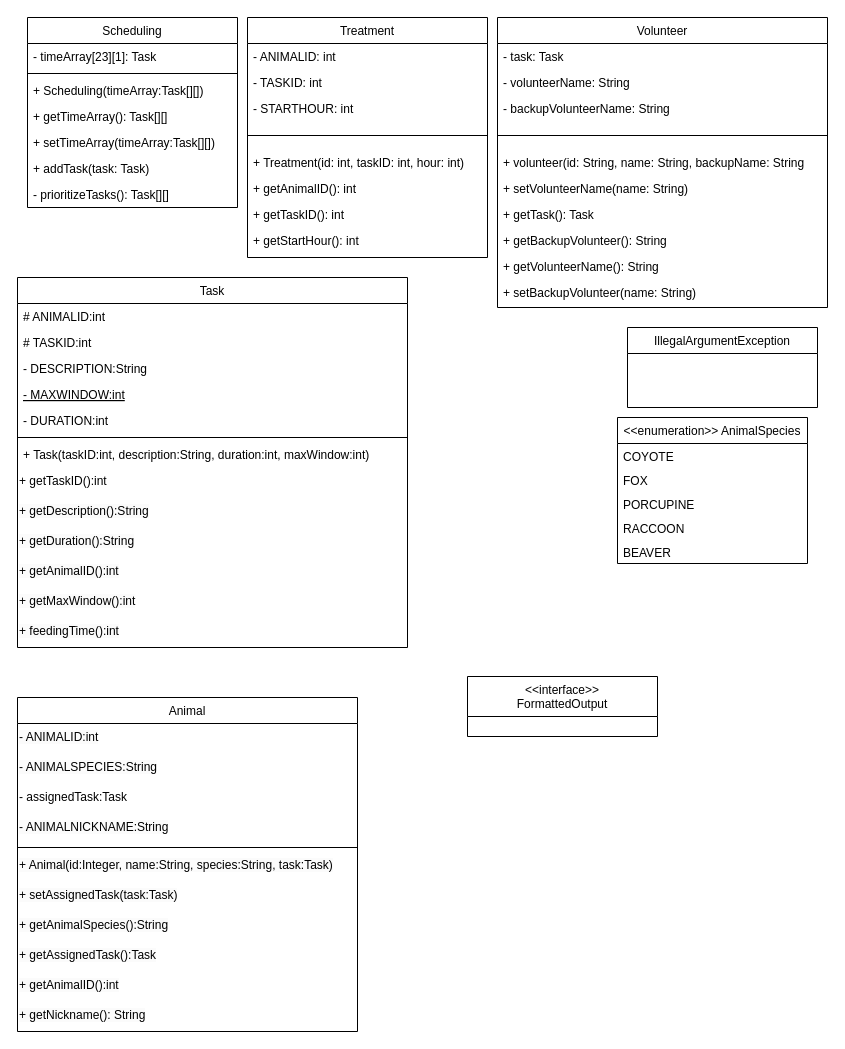
This is Project-UML.drawio from arminsandhu/ZooKeeper-Scheduler, a draw.io file, before an edit. Source tidied: cells renumbered, new cells numbered last; positions are measured from the earlier drawing's top-left corner, leaving out a move shared by most shapes. Both pictures are drawn from the tidied source at 100%, with x=0, y=0 at pixel (17, 17).
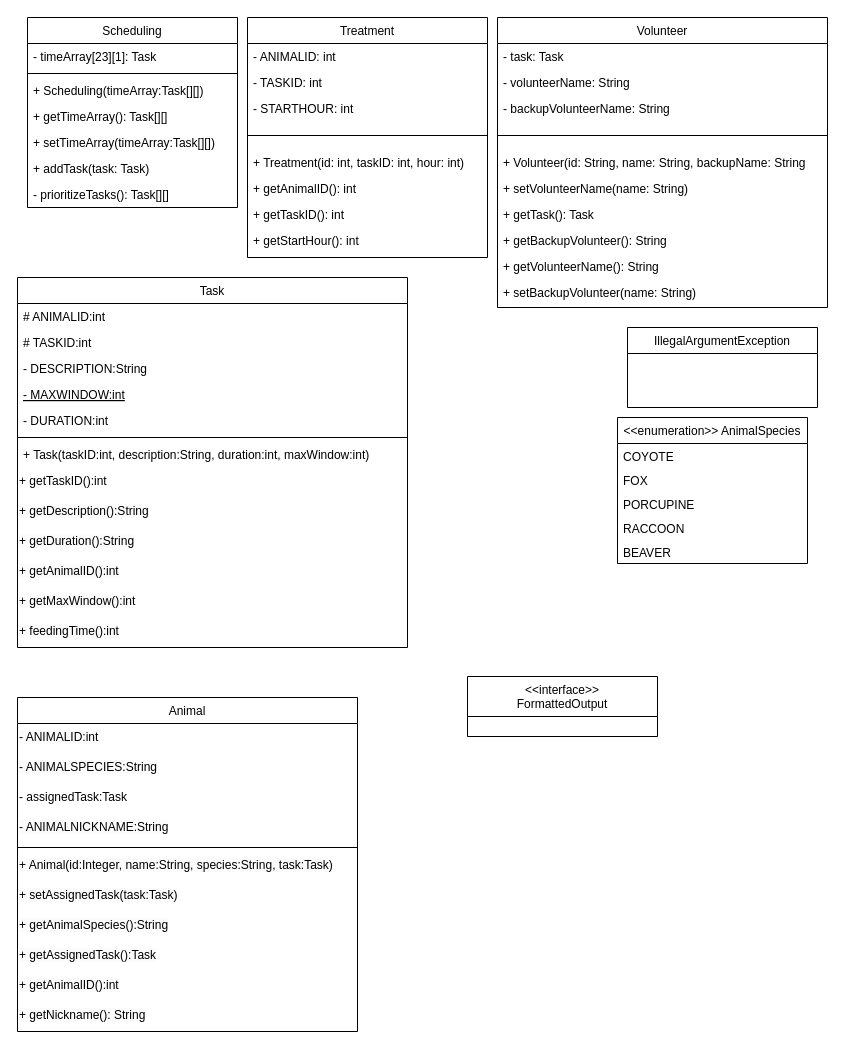
After the change.

The change refers to these unchanged cells:
```xml
<mxCell id="10" value="Volunteer" style="swimlane;fontStyle=0;align=center;verticalAlign=top;horizontal=1;startSize=26;rounded=0;shadow=0;strokeWidth=1;" parent="1" vertex="1">
  <mxGeometry x="480" width="330" height="290" as="geometry" />
</mxCell>
```

The edit, as a diff of the source:
```diff
@@
-    <mxCell id="15" value="+ volunteer(id: String, name: String, backupName: String" style="text;align=left;verticalAlign=top;spacingLeft=4;spacingRight=4;overflow=hidden;" parent="10" vertex="1">
+    <mxCell id="15" value="+ Volunteer(id: String, name: String, backupName: String" style="text;align=left;verticalAlign=top;spacingLeft=4;spacingRight=4;overflow=hidden;" parent="10" vertex="1">
       <mxGeometry y="132" width="330" height="26" as="geometry" />
     </mxCell>
```
